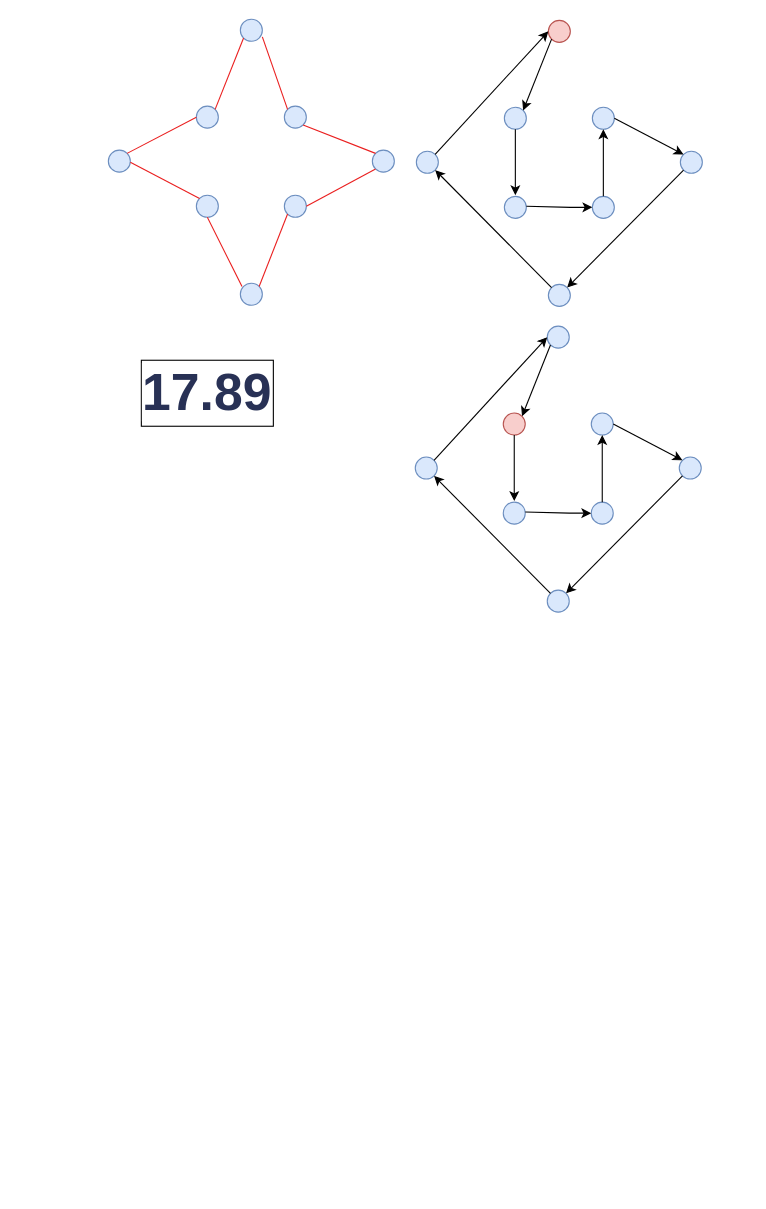
Above: 1-3.drawio in YinhuaChen-cloud/Advanced_Algorithm_hw (draw.io), before the change. Source tidied: cells renumbered, new cells numbered last; positions are measured from the earlier drawing's top-left corner, leaving out a move shared by most shapes. Both pictures are drawn from the tidied source at 110%, with x=0, y=0 at pixel (108, 19).
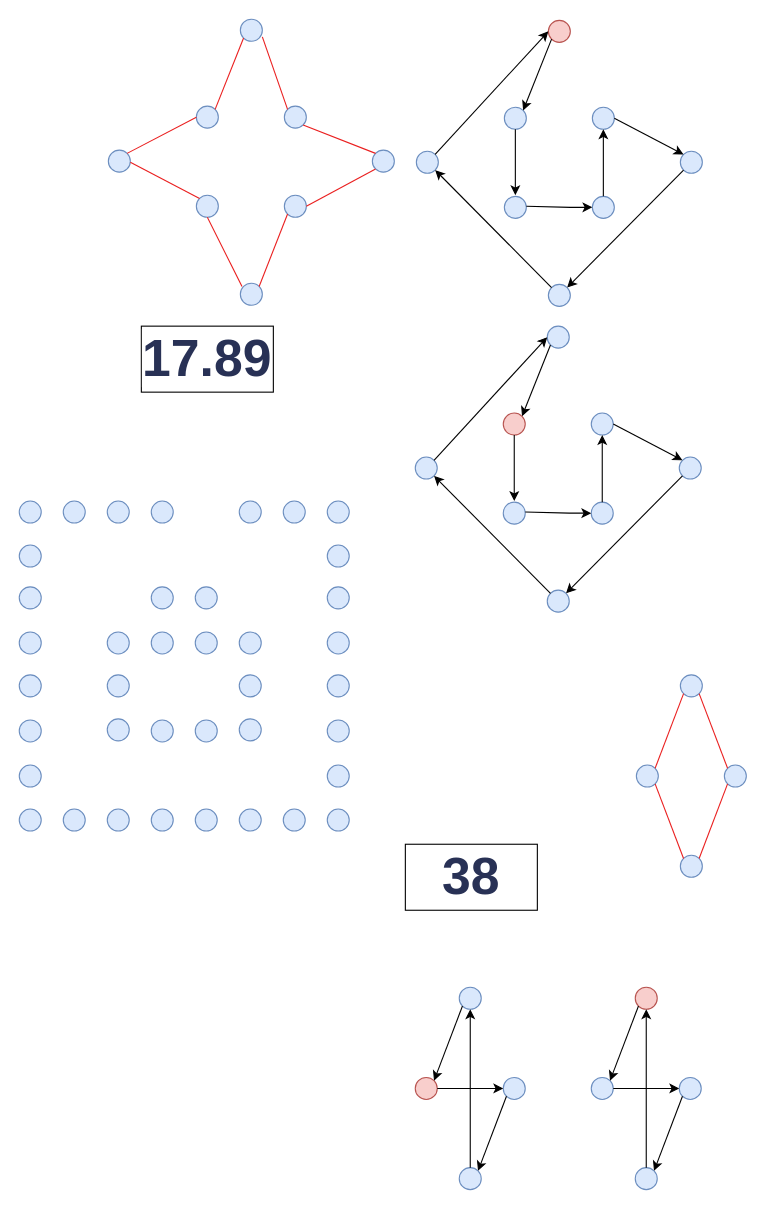
The same page after the edit.

Diff of the diagram source:
```diff
@@
     <mxCell id="10" value="&lt;div style=&quot;text-align: right;&quot;&gt;&lt;span style=&quot;color: rgb(40, 49, 85); font-family: Arial, sans-serif; font-size: 47px; font-weight: 600; word-spacing: -10px; text-wrap: nowrap; background-color: rgb(255, 255, 255);&quot;&gt;17.89&lt;/span&gt;&lt;br&gt;&lt;/div&gt;" style="rounded=0;whiteSpace=wrap;html=1;" parent="1" vertex="1">
-      <mxGeometry x="30" y="310" width="120" height="60" as="geometry" />
+      <mxGeometry x="30" y="279" width="120" height="60" as="geometry" />
     </mxCell>
@@
+    <mxCell id="51" style="ellipse;whiteSpace=wrap;html=1;fillColor=#dae8fc;strokeColor=#6c8ebf;" parent="1" vertex="1">
+      <mxGeometry x="-81" y="596" width="20" height="20" as="geometry" />
+    </mxCell>
+    <mxCell id="52" style="ellipse;whiteSpace=wrap;html=1;fillColor=#dae8fc;strokeColor=#6c8ebf;" parent="1" vertex="1">
+      <mxGeometry x="-81" y="637" width="20" height="20" as="geometry" />
+    </mxCell>
+    <mxCell id="53" style="ellipse;whiteSpace=wrap;html=1;fillColor=#dae8fc;strokeColor=#6c8ebf;" parent="1" vertex="1">
+      <mxGeometry x="119" y="596" width="20" height="20" as="geometry" />
+    </mxCell>
+    <mxCell id="54" style="ellipse;whiteSpace=wrap;html=1;fillColor=#dae8fc;strokeColor=#6c8ebf;" parent="1" vertex="1">
+      <mxGeometry x="39" y="637" width="20" height="20" as="geometry" />
+    </mxCell>
+    <mxCell id="55" style="ellipse;whiteSpace=wrap;html=1;fillColor=#dae8fc;strokeColor=#6c8ebf;" parent="1" vertex="1">
+      <mxGeometry x="79" y="718" width="20" height="20" as="geometry" />
+    </mxCell>
+    <mxCell id="56" style="ellipse;whiteSpace=wrap;html=1;fillColor=#dae8fc;strokeColor=#6c8ebf;" parent="1" vertex="1">
+      <mxGeometry x="-81" y="678" width="20" height="20" as="geometry" />
+    </mxCell>
+    <mxCell id="57" style="ellipse;whiteSpace=wrap;html=1;fillColor=#dae8fc;strokeColor=#6c8ebf;" parent="1" vertex="1">
+      <mxGeometry x="-1" y="636" width="20" height="20" as="geometry" />
+    </mxCell>
+    <mxCell id="58" style="ellipse;whiteSpace=wrap;html=1;fillColor=#dae8fc;strokeColor=#6c8ebf;" parent="1" vertex="1">
+      <mxGeometry x="-1" y="596" width="20" height="20" as="geometry" />
+    </mxCell>
+    <mxCell id="59" style="ellipse;whiteSpace=wrap;html=1;fillColor=#dae8fc;strokeColor=#6c8ebf;" parent="1" vertex="1">
+      <mxGeometry x="159" y="718" width="20" height="20" as="geometry" />
+    </mxCell>
+    <mxCell id="60" style="ellipse;whiteSpace=wrap;html=1;fillColor=#dae8fc;strokeColor=#6c8ebf;" parent="1" vertex="1">
+      <mxGeometry x="119" y="557" width="20" height="20" as="geometry" />
+    </mxCell>
+    <mxCell id="61" style="ellipse;whiteSpace=wrap;html=1;fillColor=#dae8fc;strokeColor=#6c8ebf;" parent="1" vertex="1">
+      <mxGeometry x="39" y="516" width="20" height="20" as="geometry" />
+    </mxCell>
+    <mxCell id="62" style="ellipse;whiteSpace=wrap;html=1;fillColor=#dae8fc;strokeColor=#6c8ebf;" parent="1" vertex="1">
+      <mxGeometry x="199" y="718" width="20" height="20" as="geometry" />
+    </mxCell>
+    <mxCell id="63" style="ellipse;whiteSpace=wrap;html=1;fillColor=#dae8fc;strokeColor=#6c8ebf;" parent="1" vertex="1">
+      <mxGeometry x="-1" y="557" width="20" height="20" as="geometry" />
+    </mxCell>
+    <mxCell id="64" style="ellipse;whiteSpace=wrap;html=1;fillColor=#dae8fc;strokeColor=#6c8ebf;" parent="1" vertex="1">
+      <mxGeometry x="-81" y="718" width="20" height="20" as="geometry" />
+    </mxCell>
+    <mxCell id="65" style="ellipse;whiteSpace=wrap;html=1;fillColor=#dae8fc;strokeColor=#6c8ebf;" parent="1" vertex="1">
+      <mxGeometry x="-1" y="718" width="20" height="20" as="geometry" />
+    </mxCell>
+    <mxCell id="66" style="ellipse;whiteSpace=wrap;html=1;fillColor=#dae8fc;strokeColor=#6c8ebf;" parent="1" vertex="1">
+      <mxGeometry x="39" y="718" width="20" height="20" as="geometry" />
+    </mxCell>
+    <mxCell id="67" style="ellipse;whiteSpace=wrap;html=1;fillColor=#dae8fc;strokeColor=#6c8ebf;" parent="1" vertex="1">
+      <mxGeometry x="199" y="678" width="20" height="20" as="geometry" />
+    </mxCell>
+    <mxCell id="68" style="ellipse;whiteSpace=wrap;html=1;fillColor=#dae8fc;strokeColor=#6c8ebf;" parent="1" vertex="1">
+      <mxGeometry x="199" y="637" width="20" height="20" as="geometry" />
+    </mxCell>
+    <mxCell id="69" style="ellipse;whiteSpace=wrap;html=1;fillColor=#dae8fc;strokeColor=#6c8ebf;" parent="1" vertex="1">
+      <mxGeometry x="199" y="596" width="20" height="20" as="geometry" />
+    </mxCell>
+    <mxCell id="70" style="ellipse;whiteSpace=wrap;html=1;fillColor=#dae8fc;strokeColor=#6c8ebf;" parent="1" vertex="1">
+      <mxGeometry x="39" y="557" width="20" height="20" as="geometry" />
+    </mxCell>
+    <mxCell id="71" style="ellipse;whiteSpace=wrap;html=1;fillColor=#dae8fc;strokeColor=#6c8ebf;" parent="1" vertex="1">
+      <mxGeometry x="79" y="557" width="20" height="20" as="geometry" />
+    </mxCell>
+    <mxCell id="72" style="ellipse;whiteSpace=wrap;html=1;fillColor=#dae8fc;strokeColor=#6c8ebf;" parent="1" vertex="1">
+      <mxGeometry x="79" y="516" width="20" height="20" as="geometry" />
+    </mxCell>
+    <mxCell id="73" style="ellipse;whiteSpace=wrap;html=1;fillColor=#dae8fc;strokeColor=#6c8ebf;" parent="1" vertex="1">
+      <mxGeometry x="480" y="678" width="20" height="20" as="geometry" />
+    </mxCell>
+    <mxCell id="74" style="ellipse;whiteSpace=wrap;html=1;fillColor=#dae8fc;strokeColor=#6c8ebf;" parent="1" vertex="1">
+      <mxGeometry x="39" y="438" width="20" height="20" as="geometry" />
+    </mxCell>
+    <mxCell id="75" style="ellipse;whiteSpace=wrap;html=1;fillColor=#dae8fc;strokeColor=#6c8ebf;" parent="1" vertex="1">
+      <mxGeometry x="119" y="636" width="20" height="20" as="geometry" />
+    </mxCell>
+    <mxCell id="76" style="ellipse;whiteSpace=wrap;html=1;fillColor=#dae8fc;strokeColor=#6c8ebf;" parent="1" vertex="1">
+      <mxGeometry x="79" y="637" width="20" height="20" as="geometry" />
+    </mxCell>
+    <mxCell id="77" style="ellipse;whiteSpace=wrap;html=1;fillColor=#dae8fc;strokeColor=#6c8ebf;" parent="1" vertex="1">
+      <mxGeometry x="-41" y="718" width="20" height="20" as="geometry" />
+    </mxCell>
+    <mxCell id="78" style="ellipse;whiteSpace=wrap;html=1;fillColor=#dae8fc;strokeColor=#6c8ebf;" parent="1" vertex="1">
+      <mxGeometry x="-81" y="557" width="20" height="20" as="geometry" />
+    </mxCell>
+    <mxCell id="79" style="ellipse;whiteSpace=wrap;html=1;fillColor=#dae8fc;strokeColor=#6c8ebf;" parent="1" vertex="1">
+      <mxGeometry x="-81" y="516" width="20" height="20" as="geometry" />
+    </mxCell>
+    <mxCell id="80" style="ellipse;whiteSpace=wrap;html=1;fillColor=#dae8fc;strokeColor=#6c8ebf;" parent="1" vertex="1">
+      <mxGeometry x="-81" y="438" width="20" height="20" as="geometry" />
+    </mxCell>
+    <mxCell id="81" style="ellipse;whiteSpace=wrap;html=1;fillColor=#dae8fc;strokeColor=#6c8ebf;" parent="1" vertex="1">
+      <mxGeometry x="-41" y="438" width="20" height="20" as="geometry" />
+    </mxCell>
+    <mxCell id="82" style="ellipse;whiteSpace=wrap;html=1;fillColor=#dae8fc;strokeColor=#6c8ebf;" parent="1" vertex="1">
+      <mxGeometry x="-1" y="438" width="20" height="20" as="geometry" />
+    </mxCell>
+    <mxCell id="83" style="ellipse;whiteSpace=wrap;html=1;fillColor=#dae8fc;strokeColor=#6c8ebf;" parent="1" vertex="1">
+      <mxGeometry x="119" y="438" width="20" height="20" as="geometry" />
+    </mxCell>
+    <mxCell id="84" style="ellipse;whiteSpace=wrap;html=1;fillColor=#dae8fc;strokeColor=#6c8ebf;" parent="1" vertex="1">
+      <mxGeometry x="159" y="438" width="20" height="20" as="geometry" />
+    </mxCell>
+    <mxCell id="85" style="ellipse;whiteSpace=wrap;html=1;fillColor=#dae8fc;strokeColor=#6c8ebf;" parent="1" vertex="1">
+      <mxGeometry x="199" y="438" width="20" height="20" as="geometry" />
+    </mxCell>
+    <mxCell id="86" style="ellipse;whiteSpace=wrap;html=1;fillColor=#dae8fc;strokeColor=#6c8ebf;" parent="1" vertex="1">
+      <mxGeometry x="199" y="516" width="20" height="20" as="geometry" />
+    </mxCell>
+    <mxCell id="87" style="ellipse;whiteSpace=wrap;html=1;fillColor=#dae8fc;strokeColor=#6c8ebf;" parent="1" vertex="1">
+      <mxGeometry x="199" y="557" width="20" height="20" as="geometry" />
+    </mxCell>
+    <mxCell id="88" style="ellipse;whiteSpace=wrap;html=1;fillColor=#dae8fc;strokeColor=#6c8ebf;" parent="1" vertex="1">
+      <mxGeometry x="119" y="718" width="20" height="20" as="geometry" />
+    </mxCell>
+    <mxCell id="89" value="&lt;span style=&quot;color: rgb(40, 49, 85); font-family: Arial, sans-serif; font-size: 47px; font-weight: 600; text-align: right; word-spacing: -10px; text-wrap: nowrap; background-color: rgb(255, 255, 255);&quot;&gt;38&lt;/span&gt;" style="rounded=0;whiteSpace=wrap;html=1;" parent="1" vertex="1">
+      <mxGeometry x="270" y="750" width="120" height="60" as="geometry" />
+    </mxCell>
+    <mxCell id="90" style="ellipse;whiteSpace=wrap;html=1;fillColor=#dae8fc;strokeColor=#6c8ebf;" parent="1" vertex="1">
+      <mxGeometry x="-81" y="478" width="20" height="20" as="geometry" />
+    </mxCell>
+    <mxCell id="91" style="ellipse;whiteSpace=wrap;html=1;fillColor=#dae8fc;strokeColor=#6c8ebf;" parent="1" vertex="1">
+      <mxGeometry x="199" y="478" width="20" height="20" as="geometry" />
+    </mxCell>
+    <mxCell id="92" style="ellipse;whiteSpace=wrap;html=1;fillColor=#dae8fc;strokeColor=#6c8ebf;" parent="1" vertex="1">
+      <mxGeometry x="520" y="596" width="20" height="20" as="geometry" />
+    </mxCell>
+    <mxCell id="93" style="ellipse;whiteSpace=wrap;html=1;fillColor=#dae8fc;strokeColor=#6c8ebf;" parent="1" vertex="1">
+      <mxGeometry x="560" y="678" width="20" height="20" as="geometry" />
+    </mxCell>
+    <mxCell id="94" style="ellipse;whiteSpace=wrap;html=1;fillColor=#dae8fc;strokeColor=#6c8ebf;" parent="1" vertex="1">
+      <mxGeometry x="520" y="760" width="20" height="20" as="geometry" />
+    </mxCell>
+    <mxCell id="95" style="endArrow=none;html=1;rounded=0;strokeColor=#ea1f1f;entryX=1;entryY=0;entryDx=0;entryDy=0;exitX=0;exitY=1;exitDx=0;exitDy=0;" parent="1" edge="1" source="92" target="73">
+      <mxGeometry relative="1" as="geometry" />
+    </mxCell>
+    <mxCell id="96" style="endArrow=none;html=1;rounded=0;strokeColor=#ea1f1f;entryX=0;entryY=0;entryDx=0;entryDy=0;exitX=1;exitY=1;exitDx=0;exitDy=0;" parent="1" edge="1" source="92" target="93">
+      <mxGeometry relative="1" as="geometry" />
+    </mxCell>
+    <mxCell id="97" style="endArrow=none;html=1;rounded=0;strokeColor=#ea1f1f;entryX=1;entryY=1;entryDx=0;entryDy=0;exitX=0;exitY=0;exitDx=0;exitDy=0;" parent="1" edge="1" source="94" target="73">
+      <mxGeometry relative="1" as="geometry" />
+    </mxCell>
+    <mxCell id="98" style="endArrow=none;html=1;rounded=0;strokeColor=#ea1f1f;entryX=1;entryY=0;entryDx=0;entryDy=0;exitX=0;exitY=1;exitDx=0;exitDy=0;" parent="1" edge="1" source="93" target="94">
+      <mxGeometry relative="1" as="geometry" />
+    </mxCell>
+    <mxCell id="99" style="ellipse;whiteSpace=wrap;html=1;fillColor=#dae8fc;strokeColor=#6c8ebf;" parent="1" vertex="1">
+      <mxGeometry x="439" y="962" width="20" height="20" as="geometry" />
+    </mxCell>
+    <mxCell id="100" style="ellipse;whiteSpace=wrap;html=1;fillColor=#f8cecc;strokeColor=#b85450;" parent="1" vertex="1">
+      <mxGeometry x="479" y="880" width="20" height="20" as="geometry" />
+    </mxCell>
+    <mxCell id="101" style="ellipse;whiteSpace=wrap;html=1;fillColor=#dae8fc;strokeColor=#6c8ebf;" parent="1" vertex="1">
+      <mxGeometry x="519" y="962" width="20" height="20" as="geometry" />
+    </mxCell>
+    <mxCell id="102" style="ellipse;whiteSpace=wrap;html=1;fillColor=#dae8fc;strokeColor=#6c8ebf;" parent="1" vertex="1">
+      <mxGeometry x="479" y="1044" width="20" height="20" as="geometry" />
+    </mxCell>
+    <mxCell id="103" style="endArrow=classic;html=1;rounded=0;entryX=1;entryY=0;entryDx=0;entryDy=0;exitX=0;exitY=1;exitDx=0;exitDy=0;" parent="1" edge="1" source="100" target="99">
+      <mxGeometry relative="1" as="geometry" />
+    </mxCell>
+    <mxCell id="104" style="endArrow=classic;html=1;rounded=0;entryX=0;entryY=0.5;entryDx=0;entryDy=0;exitX=1;exitY=0.5;exitDx=0;exitDy=0;" parent="1" edge="1" source="99" target="101">
+      <mxGeometry relative="1" as="geometry" />
+    </mxCell>
+    <mxCell id="105" style="endArrow=classic;html=1;rounded=0;entryX=1;entryY=0;entryDx=0;entryDy=0;exitX=0;exitY=1;exitDx=0;exitDy=0;" parent="1" edge="1" source="101" target="102">
+      <mxGeometry relative="1" as="geometry" />
+    </mxCell>
+    <mxCell id="106" style="endArrow=classic;html=1;rounded=0;entryX=0.5;entryY=1;entryDx=0;entryDy=0;exitX=0.5;exitY=0;exitDx=0;exitDy=0;" parent="1" edge="1" source="102" target="100">
+      <mxGeometry relative="1" as="geometry" />
+    </mxCell>
+    <mxCell id="107" style="ellipse;whiteSpace=wrap;html=1;fillColor=#f8cecc;strokeColor=#b85450;" parent="1" vertex="1">
+      <mxGeometry x="279" y="962" width="20" height="20" as="geometry" />
+    </mxCell>
+    <mxCell id="108" style="ellipse;whiteSpace=wrap;html=1;fillColor=#dae8fc;strokeColor=#6c8ebf;" parent="1" vertex="1">
+      <mxGeometry x="319" y="880" width="20" height="20" as="geometry" />
+    </mxCell>
+    <mxCell id="109" style="ellipse;whiteSpace=wrap;html=1;fillColor=#dae8fc;strokeColor=#6c8ebf;" parent="1" vertex="1">
+      <mxGeometry x="359" y="962" width="20" height="20" as="geometry" />
+    </mxCell>
+    <mxCell id="110" style="ellipse;whiteSpace=wrap;html=1;fillColor=#dae8fc;strokeColor=#6c8ebf;" parent="1" vertex="1">
+      <mxGeometry x="319" y="1044" width="20" height="20" as="geometry" />
+    </mxCell>
+    <mxCell id="111" style="endArrow=classic;html=1;rounded=0;entryX=1;entryY=0;entryDx=0;entryDy=0;exitX=0;exitY=1;exitDx=0;exitDy=0;" parent="1" edge="1" source="108" target="107">
+      <mxGeometry relative="1" as="geometry" />
+    </mxCell>
+    <mxCell id="112" style="endArrow=classic;html=1;rounded=0;entryX=0;entryY=0.5;entryDx=0;entryDy=0;exitX=1;exitY=0.5;exitDx=0;exitDy=0;" parent="1" edge="1" source="107" target="109">
+      <mxGeometry relative="1" as="geometry" />
+    </mxCell>
+    <mxCell id="113" style="endArrow=classic;html=1;rounded=0;entryX=1;entryY=0;entryDx=0;entryDy=0;exitX=0;exitY=1;exitDx=0;exitDy=0;" parent="1" edge="1" source="109" target="110">
+      <mxGeometry relative="1" as="geometry" />
+    </mxCell>
+    <mxCell id="114" style="endArrow=classic;html=1;rounded=0;entryX=0.5;entryY=1;entryDx=0;entryDy=0;exitX=0.5;exitY=0;exitDx=0;exitDy=0;" parent="1" edge="1" source="110" target="108">
+      <mxGeometry relative="1" as="geometry" />
+    </mxCell>
```
